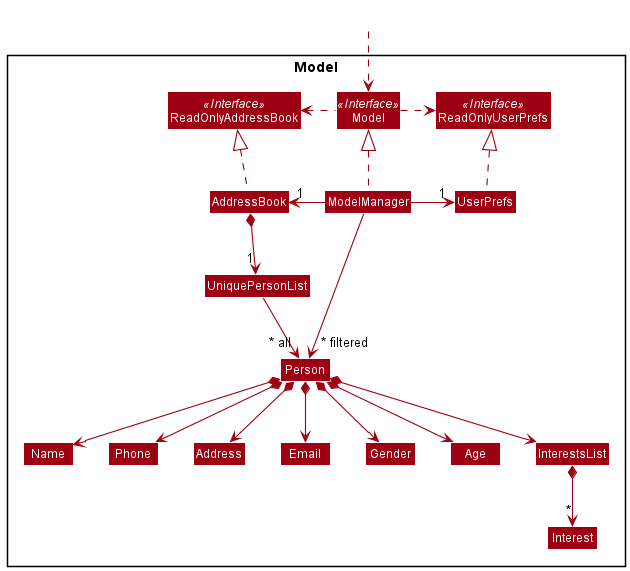
Above: docs/images/ModelClassDiagram.png in pranav-ganesh/tp (PlantUML), before the change.
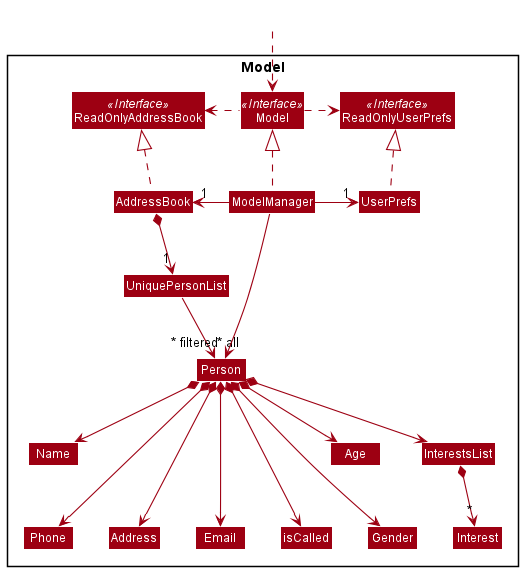
Above is the later version.

What changed in the source:
```diff
@@ -21,6 +21,7 @@
 Class Address
 Class Email
 Class Name
+Class isCalled
 Class Phone
 Class Gender
 Class Age
@@ -43,10 +44,11 @@
 AddressBook *--> "1" UniquePersonList
 UniquePersonList --> "~* all" Person
 Person *--> Name
-Person *--> Phone
+Person *---> Phone
 Person *--> Email
+Person *---> isCalled
 Person *--> Address
-Person *--> Gender
+Person *---> Gender
 Person *--> Age
 Person *--> InterestsList
 InterestsList *--> "*" Interest
```
